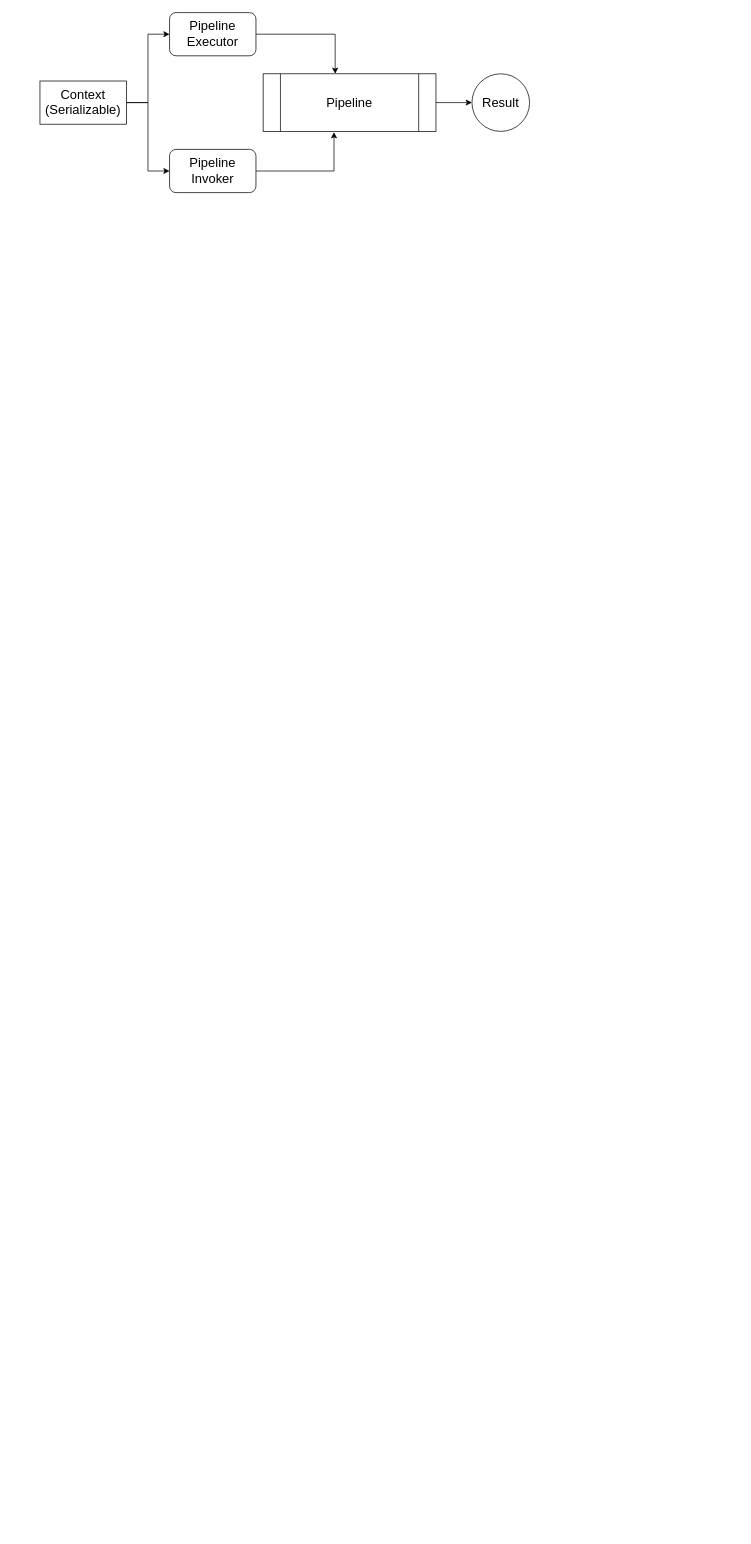
Earlier version of the draw.io diagram elverse-update.drawio (lonelyandrew/drawio-repo). Source tidied: cells renumbered, new cells numbered last; positions are measured from the earlier drawing's top-left corner, leaving out a move shared by most shapes. Both pictures are drawn from the tidied source at 72%, with x=0, y=0 at pixel (40, 12).
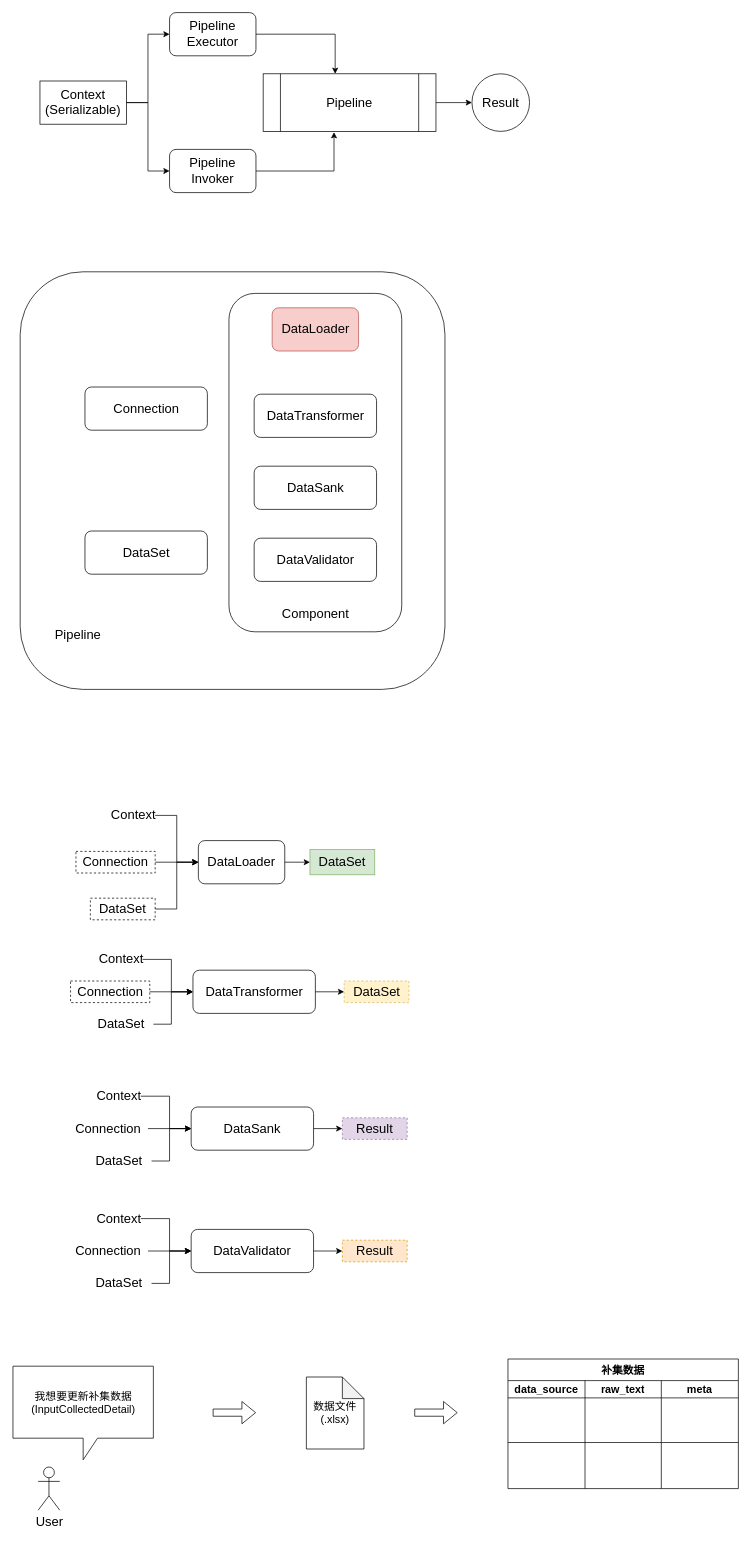
After the change.

Diff of the diagram source:
```diff
@@
+    <mxCell id="12" style="group;" parent="1" vertex="1">
+      <mxGeometry x="50" y="1100" width="415" height="160" as="geometry" />
+    </mxCell>
+    <mxCell id="13" value="DataLoader" style="rounded=1;whiteSpace=wrap;html=1;fontSize=18;fillColor=none;" parent="12" vertex="1">
+      <mxGeometry x="170" y="50" width="120" height="60" as="geometry" />
+    </mxCell>
+    <mxCell id="14" style="edgeStyle=orthogonalEdgeStyle;rounded=0;jettySize=auto;html=1;entryX=0;entryY=0.5;entryDx=0;entryDy=0;fontSize=18;" parent="12" edge="1" source="15" target="13">
+      <mxGeometry relative="1" as="geometry" />
+    </mxCell>
+    <mxCell id="15" value="Context" style="text;html=1;strokeColor=none;fillColor=none;align=center;verticalAlign=middle;whiteSpace=wrap;rounded=0;fontSize=18;" parent="12" vertex="1">
+      <mxGeometry x="50" width="60" height="30" as="geometry" />
+    </mxCell>
+    <mxCell id="16" style="edgeStyle=orthogonalEdgeStyle;rounded=0;jettySize=auto;html=1;entryX=0;entryY=0.5;entryDx=0;entryDy=0;fontSize=18;" parent="12" edge="1" source="17" target="13">
+      <mxGeometry relative="1" as="geometry" />
+    </mxCell>
+    <mxCell id="17" value="DataSet" style="text;html=1;strokeColor=default;fillColor=none;align=center;verticalAlign=middle;whiteSpace=wrap;rounded=0;fontSize=18;dashed=1;" parent="12" vertex="1">
+      <mxGeometry x="20" y="130" width="90" height="30" as="geometry" />
+    </mxCell>
+    <mxCell id="18" value="DataSet" style="text;html=1;strokeColor=#82b366;fillColor=#d5e8d4;align=center;verticalAlign=middle;whiteSpace=wrap;rounded=0;fontSize=18;" parent="12" vertex="1">
+      <mxGeometry x="325" y="62.5" width="90" height="35" as="geometry" />
+    </mxCell>
+    <mxCell id="19" style="rounded=0;jettySize=auto;html=1;fontSize=18;" parent="12" edge="1" source="13" target="18">
+      <mxGeometry relative="1" as="geometry" />
+    </mxCell>
+    <mxCell id="20" style="edgeStyle=orthogonalEdgeStyle;rounded=0;jettySize=auto;html=1;entryX=0;entryY=0.5;entryDx=0;entryDy=0;fontSize=18;" parent="12" edge="1" source="21" target="13">
+      <mxGeometry relative="1" as="geometry" />
+    </mxCell>
+    <mxCell id="21" value="Connection" style="text;html=1;strokeColor=default;fillColor=none;align=center;verticalAlign=middle;whiteSpace=wrap;rounded=0;fontSize=18;dashed=1;" parent="12" vertex="1">
+      <mxGeometry y="65" width="110" height="30" as="geometry" />
+    </mxCell>
+    <mxCell id="22" style="group;" parent="1" vertex="1">
+      <mxGeometry x="42.5" y="1300" width="470" height="120" as="geometry" />
+    </mxCell>
+    <mxCell id="23" value="DataTransformer" style="rounded=1;whiteSpace=wrap;html=1;fontSize=18;fillColor=none;" parent="22" vertex="1">
+      <mxGeometry x="170" y="30" width="170" height="60" as="geometry" />
+    </mxCell>
+    <mxCell id="24" style="edgeStyle=orthogonalEdgeStyle;rounded=0;jettySize=auto;html=1;entryX=0;entryY=0.5;entryDx=0;entryDy=0;fontSize=18;" parent="22" edge="1" source="25" target="23">
+      <mxGeometry relative="1" as="geometry">
+        <Array as="points">
+          <mxPoint x="140" y="15" />
+          <mxPoint x="140" y="60" />
+        </Array>
+      </mxGeometry>
+    </mxCell>
+    <mxCell id="25" value="Context" style="text;html=1;strokeColor=none;fillColor=none;align=center;verticalAlign=middle;whiteSpace=wrap;rounded=0;fontSize=18;" parent="22" vertex="1">
+      <mxGeometry x="40" width="60" height="30" as="geometry" />
+    </mxCell>
+    <mxCell id="26" style="edgeStyle=orthogonalEdgeStyle;rounded=0;jettySize=auto;html=1;entryX=0;entryY=0.5;entryDx=0;entryDy=0;fontSize=18;" parent="22" edge="1" source="27" target="23">
+      <mxGeometry relative="1" as="geometry">
+        <Array as="points">
+          <mxPoint x="140" y="105" />
+          <mxPoint x="140" y="60" />
+        </Array>
+      </mxGeometry>
+    </mxCell>
+    <mxCell id="27" value="DataSet" style="text;html=1;strokeColor=none;fillColor=none;align=center;verticalAlign=middle;whiteSpace=wrap;rounded=0;fontSize=18;dashed=1;" parent="22" vertex="1">
+      <mxGeometry x="25" y="90" width="90" height="30" as="geometry" />
+    </mxCell>
+    <mxCell id="28" value="DataSet" style="text;html=1;strokeColor=#d6b656;fillColor=#fff2cc;align=center;verticalAlign=middle;whiteSpace=wrap;rounded=0;fontSize=18;dashed=1;" parent="22" vertex="1">
+      <mxGeometry x="380" y="45" width="90" height="30" as="geometry" />
+    </mxCell>
+    <mxCell id="29" style="edgeStyle=orthogonalEdgeStyle;rounded=0;jettySize=auto;html=1;fontSize=18;" parent="22" edge="1" source="23" target="28">
+      <mxGeometry relative="1" as="geometry" />
+    </mxCell>
+    <mxCell id="30" style="edgeStyle=orthogonalEdgeStyle;rounded=0;jettySize=auto;html=1;entryX=0;entryY=0.5;entryDx=0;entryDy=0;fontSize=18;" parent="22" edge="1" source="31" target="23">
+      <mxGeometry relative="1" as="geometry" />
+    </mxCell>
+    <mxCell id="31" value="Connection" style="text;html=1;strokeColor=default;fillColor=none;align=center;verticalAlign=middle;whiteSpace=wrap;rounded=0;fontSize=18;dashed=1;" parent="22" vertex="1">
+      <mxGeometry y="45" width="110" height="30" as="geometry" />
+    </mxCell>
+    <mxCell id="32" style="group;" parent="1" vertex="1">
+      <mxGeometry x="-27.5" y="360" width="590" height="580" as="geometry" />
+    </mxCell>
+    <mxCell id="33" style="rounded=1;whiteSpace=wrap;html=1;fontSize=18;fillColor=none;" parent="32" vertex="1">
+      <mxGeometry width="590" height="580" as="geometry" />
+    </mxCell>
+    <mxCell id="34" value="Connection" style="rounded=1;whiteSpace=wrap;html=1;fontSize=18;" parent="32" vertex="1">
+      <mxGeometry x="90" y="160" width="170" height="60" as="geometry" />
+    </mxCell>
+    <mxCell id="35" value="DataSet" style="rounded=1;whiteSpace=wrap;html=1;fontSize=18;" parent="32" vertex="1">
+      <mxGeometry x="90" y="360" width="170" height="60" as="geometry" />
+    </mxCell>
+    <mxCell id="36" value="Pipeline" style="text;html=1;strokeColor=none;fillColor=none;align=center;verticalAlign=middle;whiteSpace=wrap;rounded=0;fontSize=18;" parent="32" vertex="1">
+      <mxGeometry x="50" y="490" width="60" height="30" as="geometry" />
+    </mxCell>
+    <mxCell id="37" style="rounded=1;whiteSpace=wrap;html=1;fontSize=18;fillColor=none;" parent="32" vertex="1">
+      <mxGeometry x="290" y="30" width="240" height="470" as="geometry" />
+    </mxCell>
+    <mxCell id="38" value="DataTransformer" style="rounded=1;whiteSpace=wrap;html=1;fontSize=18;" parent="32" vertex="1">
+      <mxGeometry x="325" y="170" width="170" height="60" as="geometry" />
+    </mxCell>
+    <mxCell id="39" value="DataLoader" style="rounded=1;whiteSpace=wrap;html=1;fontSize=18;fillColor=#f8cecc;strokeColor=#b85450;" parent="32" vertex="1">
+      <mxGeometry x="350" y="50" width="120" height="60" as="geometry" />
+    </mxCell>
+    <mxCell id="40" value="DataSank" style="rounded=1;whiteSpace=wrap;html=1;fontSize=18;" parent="32" vertex="1">
+      <mxGeometry x="325" y="270" width="170" height="60" as="geometry" />
+    </mxCell>
+    <mxCell id="41" value="DataValidator" style="rounded=1;whiteSpace=wrap;html=1;fontSize=18;" parent="32" vertex="1">
+      <mxGeometry x="325" y="370" width="170" height="60" as="geometry" />
+    </mxCell>
+    <mxCell id="42" value="Component" style="text;html=1;strokeColor=none;fillColor=none;align=center;verticalAlign=middle;whiteSpace=wrap;rounded=0;fontSize=18;" parent="32" vertex="1">
+      <mxGeometry x="380" y="460" width="60" height="30" as="geometry" />
+    </mxCell>
+    <mxCell id="43" style="group;" parent="1" vertex="1">
+      <mxGeometry x="40" y="1490" width="470" height="120" as="geometry" />
+    </mxCell>
+    <mxCell id="44" value="DataSank" style="rounded=1;whiteSpace=wrap;html=1;fontSize=18;fillColor=none;" parent="43" vertex="1">
+      <mxGeometry x="170" y="30" width="170" height="60" as="geometry" />
+    </mxCell>
+    <mxCell id="45" style="edgeStyle=orthogonalEdgeStyle;rounded=0;jettySize=auto;html=1;entryX=0;entryY=0.5;entryDx=0;entryDy=0;fontSize=18;" parent="43" edge="1" source="46" target="44">
+      <mxGeometry relative="1" as="geometry">
+        <Array as="points">
+          <mxPoint x="140" y="15" />
+          <mxPoint x="140" y="60" />
+        </Array>
+      </mxGeometry>
+    </mxCell>
+    <mxCell id="46" value="Context" style="text;html=1;strokeColor=none;fillColor=none;align=center;verticalAlign=middle;whiteSpace=wrap;rounded=0;fontSize=18;" parent="43" vertex="1">
+      <mxGeometry x="40" width="60" height="30" as="geometry" />
+    </mxCell>
+    <mxCell id="47" style="edgeStyle=orthogonalEdgeStyle;rounded=0;jettySize=auto;html=1;entryX=0;entryY=0.5;entryDx=0;entryDy=0;fontSize=18;" parent="43" edge="1" source="48" target="44">
+      <mxGeometry relative="1" as="geometry">
+        <Array as="points">
+          <mxPoint x="140" y="105" />
+          <mxPoint x="140" y="60" />
+        </Array>
+      </mxGeometry>
+    </mxCell>
+    <mxCell id="48" value="DataSet" style="text;html=1;strokeColor=none;fillColor=none;align=center;verticalAlign=middle;whiteSpace=wrap;rounded=0;fontSize=18;dashed=1;" parent="43" vertex="1">
+      <mxGeometry x="25" y="90" width="90" height="30" as="geometry" />
+    </mxCell>
+    <mxCell id="49" value="Result" style="text;html=1;strokeColor=#9673a6;fillColor=#e1d5e7;align=center;verticalAlign=middle;whiteSpace=wrap;rounded=0;fontSize=18;dashed=1;" parent="43" vertex="1">
+      <mxGeometry x="380" y="45" width="90" height="30" as="geometry" />
+    </mxCell>
+    <mxCell id="50" style="edgeStyle=orthogonalEdgeStyle;rounded=0;jettySize=auto;html=1;fontSize=18;" parent="43" edge="1" source="44" target="49">
+      <mxGeometry relative="1" as="geometry" />
+    </mxCell>
+    <mxCell id="51" style="edgeStyle=orthogonalEdgeStyle;rounded=0;jettySize=auto;html=1;entryX=0;entryY=0.5;entryDx=0;entryDy=0;fontSize=18;" parent="43" edge="1" source="52" target="44">
+      <mxGeometry relative="1" as="geometry" />
+    </mxCell>
+    <mxCell id="52" value="Connection" style="text;html=1;strokeColor=none;fillColor=none;align=center;verticalAlign=middle;whiteSpace=wrap;rounded=0;fontSize=18;dashed=1;" parent="43" vertex="1">
+      <mxGeometry y="45" width="110" height="30" as="geometry" />
+    </mxCell>
+    <mxCell id="53" style="group;" parent="1" vertex="1">
+      <mxGeometry x="40" y="1660" width="470" height="120" as="geometry" />
+    </mxCell>
+    <mxCell id="54" value="DataValidator" style="rounded=1;whiteSpace=wrap;html=1;fontSize=18;fillColor=none;" parent="53" vertex="1">
+      <mxGeometry x="170" y="30" width="170" height="60" as="geometry" />
+    </mxCell>
+    <mxCell id="55" style="edgeStyle=orthogonalEdgeStyle;rounded=0;jettySize=auto;html=1;entryX=0;entryY=0.5;entryDx=0;entryDy=0;fontSize=18;" parent="53" edge="1" source="56" target="54">
+      <mxGeometry relative="1" as="geometry">
+        <Array as="points">
+          <mxPoint x="140" y="15" />
+          <mxPoint x="140" y="60" />
+        </Array>
+      </mxGeometry>
+    </mxCell>
+    <mxCell id="56" value="Context" style="text;html=1;strokeColor=none;fillColor=none;align=center;verticalAlign=middle;whiteSpace=wrap;rounded=0;fontSize=18;" parent="53" vertex="1">
+      <mxGeometry x="40" width="60" height="30" as="geometry" />
+    </mxCell>
+    <mxCell id="57" style="edgeStyle=orthogonalEdgeStyle;rounded=0;jettySize=auto;html=1;entryX=0;entryY=0.5;entryDx=0;entryDy=0;fontSize=18;" parent="53" edge="1" source="58" target="54">
+      <mxGeometry relative="1" as="geometry">
+        <Array as="points">
+          <mxPoint x="140" y="105" />
+          <mxPoint x="140" y="60" />
+        </Array>
+      </mxGeometry>
+    </mxCell>
+    <mxCell id="58" value="DataSet" style="text;html=1;strokeColor=none;fillColor=none;align=center;verticalAlign=middle;whiteSpace=wrap;rounded=0;fontSize=18;dashed=1;" parent="53" vertex="1">
+      <mxGeometry x="25" y="90" width="90" height="30" as="geometry" />
+    </mxCell>
+    <mxCell id="59" value="Result" style="text;html=1;strokeColor=#d79b00;fillColor=#ffe6cc;align=center;verticalAlign=middle;whiteSpace=wrap;rounded=0;fontSize=18;dashed=1;" parent="53" vertex="1">
+      <mxGeometry x="380" y="45" width="90" height="30" as="geometry" />
+    </mxCell>
+    <mxCell id="60" style="edgeStyle=orthogonalEdgeStyle;rounded=0;jettySize=auto;html=1;fontSize=18;" parent="53" edge="1" source="54" target="59">
+      <mxGeometry relative="1" as="geometry" />
+    </mxCell>
+    <mxCell id="61" style="edgeStyle=orthogonalEdgeStyle;rounded=0;jettySize=auto;html=1;entryX=0;entryY=0.5;entryDx=0;entryDy=0;fontSize=18;" parent="53" edge="1" source="62" target="54">
+      <mxGeometry relative="1" as="geometry" />
+    </mxCell>
+    <mxCell id="62" value="Connection" style="text;html=1;strokeColor=none;fillColor=none;align=center;verticalAlign=middle;whiteSpace=wrap;rounded=0;fontSize=18;dashed=1;" parent="53" vertex="1">
+      <mxGeometry y="45" width="110" height="30" as="geometry" />
+    </mxCell>
+    <mxCell id="63" value="User" style="shape=umlActor;verticalLabelPosition=bottom;verticalAlign=top;html=1;strokeColor=default;fontSize=18;fillColor=none;" parent="1" vertex="1">
+      <mxGeometry x="-2.5" y="2020" width="30" height="60" as="geometry" />
+    </mxCell>
+    <mxCell id="64" value="我想要更新补集数据(InputCollectedDetail)" style="shape=callout;whiteSpace=wrap;html=1;perimeter=calloutPerimeter;strokeColor=default;fontSize=15;fillColor=none;" parent="1" vertex="1">
+      <mxGeometry x="-37.5" y="1880" width="195" height="130" as="geometry" />
+    </mxCell>
+    <mxCell id="65" value="数据文件(.xlsx)" style="shape=note;whiteSpace=wrap;html=1;backgroundOutline=1;darkOpacity=0.05;strokeColor=default;fontSize=15;fillColor=none;" parent="1" vertex="1">
+      <mxGeometry x="370" y="1895" width="80" height="100" as="geometry" />
+    </mxCell>
+    <mxCell id="66" value="补集数据" style="shape=table;startSize=30;childLayout=tableLayout;fontStyle=1;align=center;strokeColor=default;fontSize=15;fillColor=none;" parent="1" vertex="1">
+      <mxGeometry x="650" y="1870" width="320" height="180" as="geometry" />
+    </mxCell>
+    <mxCell id="67" style="shape=tableRow;horizontal=0;startSize=0;swimlaneHead=0;swimlaneBody=0;top=0;left=0;bottom=0;right=0;fillColor=none;strokeColor=default;fontSize=15;" parent="66" vertex="1">
+      <mxGeometry y="30" width="320" height="24" as="geometry" />
+    </mxCell>
+    <mxCell id="68" value="&lt;b&gt;data_source&lt;/b&gt;" style="shape=partialRectangle;html=1;whiteSpace=wrap;fillColor=none;top=0;left=0;bottom=0;right=0;overflow=hidden;strokeColor=default;fontSize=15;" parent="67" vertex="1">
+      <mxGeometry width="107" height="24" as="geometry" />
+    </mxCell>
+    <mxCell id="69" value="&lt;b&gt;raw_text&lt;/b&gt;" style="shape=partialRectangle;html=1;whiteSpace=wrap;fillColor=none;top=0;left=0;bottom=0;right=0;overflow=hidden;strokeColor=default;fontSize=15;" parent="67" vertex="1">
+      <mxGeometry x="107" width="106" height="24" as="geometry" />
+    </mxCell>
+    <mxCell id="70" value="&lt;b&gt;meta&lt;/b&gt;" style="shape=partialRectangle;html=1;whiteSpace=wrap;fillColor=none;top=0;left=0;bottom=0;right=0;overflow=hidden;strokeColor=default;fontSize=15;" parent="67" vertex="1">
+      <mxGeometry x="213" width="107" height="24" as="geometry" />
+    </mxCell>
+    <mxCell id="71" style="shape=tableRow;horizontal=0;startSize=0;swimlaneHead=0;swimlaneBody=0;top=0;left=0;bottom=0;right=0;fillColor=none;strokeColor=default;fontSize=15;" parent="66" vertex="1">
+      <mxGeometry y="54" width="320" height="62" as="geometry" />
+    </mxCell>
+    <mxCell id="72" style="shape=partialRectangle;html=1;whiteSpace=wrap;fillColor=none;top=0;left=0;bottom=0;right=0;overflow=hidden;strokeColor=default;fontSize=15;" parent="71" vertex="1">
+      <mxGeometry width="107" height="62" as="geometry" />
+    </mxCell>
+    <mxCell id="73" style="shape=partialRectangle;html=1;whiteSpace=wrap;fillColor=none;top=0;left=0;bottom=0;right=0;overflow=hidden;strokeColor=default;fontSize=15;" parent="71" vertex="1">
+      <mxGeometry x="107" width="106" height="62" as="geometry" />
+    </mxCell>
+    <mxCell id="74" style="shape=partialRectangle;html=1;whiteSpace=wrap;fillColor=none;top=0;left=0;bottom=0;right=0;overflow=hidden;strokeColor=default;fontSize=15;" parent="71" vertex="1">
+      <mxGeometry x="213" width="107" height="62" as="geometry" />
+    </mxCell>
+    <mxCell id="75" style="shape=tableRow;horizontal=0;startSize=0;swimlaneHead=0;swimlaneBody=0;top=0;left=0;bottom=0;right=0;fillColor=none;strokeColor=default;fontSize=15;" parent="66" vertex="1">
+      <mxGeometry y="116" width="320" height="64" as="geometry" />
+    </mxCell>
+    <mxCell id="76" style="shape=partialRectangle;html=1;whiteSpace=wrap;fillColor=none;top=0;left=0;bottom=0;right=0;overflow=hidden;strokeColor=default;fontSize=15;" parent="75" vertex="1">
+      <mxGeometry width="107" height="64" as="geometry" />
+    </mxCell>
+    <mxCell id="77" style="shape=partialRectangle;html=1;whiteSpace=wrap;fillColor=none;top=0;left=0;bottom=0;right=0;overflow=hidden;strokeColor=default;fontSize=15;" parent="75" vertex="1">
+      <mxGeometry x="107" width="106" height="64" as="geometry" />
+    </mxCell>
+    <mxCell id="78" style="shape=partialRectangle;html=1;whiteSpace=wrap;fillColor=none;top=0;left=0;bottom=0;right=0;overflow=hidden;strokeColor=default;fontSize=15;" parent="75" vertex="1">
+      <mxGeometry x="213" width="107" height="64" as="geometry" />
+    </mxCell>
+    <mxCell id="79" style="shape=flexArrow;endArrow=classic;html=1;rounded=0;fontSize=15;" parent="1" edge="1">
+      <mxGeometry relative="1" as="geometry">
+        <mxPoint x="240" y="1944.5" as="sourcePoint" />
+        <mxPoint x="300" y="1944.5" as="targetPoint" />
+      </mxGeometry>
+    </mxCell>
+    <mxCell id="80" style="shape=flexArrow;endArrow=classic;html=1;rounded=0;fontSize=15;" parent="1" edge="1">
+      <mxGeometry relative="1" as="geometry">
+        <mxPoint x="520" y="1944.5" as="sourcePoint" />
+        <mxPoint x="580" y="1944.5" as="targetPoint" />
+      </mxGeometry>
+    </mxCell>
```
